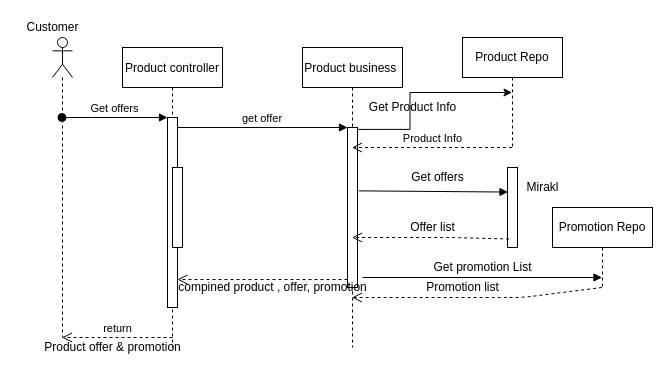
Earlier version of the draw.io diagram page "Page-1" (1 of 3) of Untitled Diagram.drawio (senthilkumar11/docsiruseri). Source tidied: cells renumbered, new cells numbered last; positions are measured from the earlier drawing's top-left corner, leaving out a move shared by most shapes. Both pictures are drawn from the tidied source at 100%, with x=0, y=0 at pixel (17, 17).
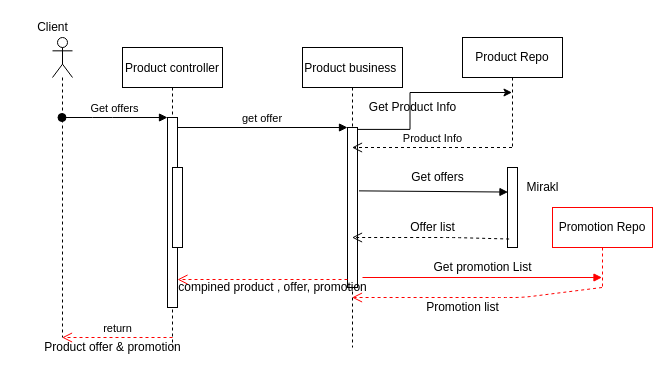
The same page after the edit.

The change refers to these unchanged cells:
```xml
<mxCell id="3" style="points=[];perimeter=orthogonalPerimeter;rounded=0;shadow=0;strokeWidth=1;" parent="2" vertex="1">
  <mxGeometry x="45" y="70" width="10" height="190" as="geometry" />
</mxCell>
<mxCell id="5" value="Product business " style="shape=umlLifeline;perimeter=lifelinePerimeter;rounded=0;shadow=0;strokeWidth=1;" parent="1" vertex="1">
  <mxGeometry x="285" y="30" width="100" height="300" as="geometry" />
</mxCell>
<mxCell id="6" style="points=[];perimeter=orthogonalPerimeter;rounded=0;shadow=0;strokeWidth=1;" parent="5" vertex="1">
  <mxGeometry x="45" y="80" width="10" height="160" as="geometry" />
</mxCell>
<mxCell id="9" style="shape=umlLifeline;participant=umlActor;perimeter=lifelinePerimeter;whiteSpace=wrap;html=1;verticalAlign=top;spacingTop=36;outlineConnect=0;" parent="1" vertex="1">
  <mxGeometry x="35" y="20" width="20" height="300" as="geometry" />
</mxCell>
```

Change to the diagram source:
```diff
@@
-    <mxCell id="7" value="return" style="verticalAlign=bottom;endArrow=open;dashed=1;endSize=8;exitX=0;exitY=0.95;shadow=0;strokeWidth=1;noLabel=1;fontColor=none;" parent="1" edge="1" source="6" target="3">
+    <mxCell id="7" value="return" style="verticalAlign=bottom;endArrow=open;dashed=1;endSize=8;exitX=0;exitY=0.95;shadow=0;strokeWidth=1;noLabel=1;fontColor=none;strokeColor=#FF0000;" parent="1" edge="1" source="6" target="3">
       <mxGeometry relative="1" as="geometry" />
     </mxCell>
@@
-    <mxCell id="10" value="Customer" style="text;html=1;align=center;verticalAlign=middle;strokeColor=none;" parent="1" vertex="1">
-      <mxGeometry width="70" height="20" as="geometry" />
+    <mxCell id="10" value="Client" style="text;html=1;align=center;verticalAlign=middle;strokeColor=none;" parent="1" vertex="1">
+      <mxGeometry x="10" width="50" height="20" as="geometry" />
     </mxCell>
@@
-    <mxCell id="13" value="Promotion Repo" style="shape=umlLifeline;perimeter=lifelinePerimeter;whiteSpace=wrap;html=1;outlineConnect=0;" parent="1" vertex="1">
+    <mxCell id="13" value="Promotion Repo" style="shape=umlLifeline;perimeter=lifelinePerimeter;whiteSpace=wrap;html=1;outlineConnect=0;strokeColor=#FF0000;" parent="1" vertex="1">
       <mxGeometry x="535" y="190" width="100" height="80" as="geometry" />
     </mxCell>
@@
-    <mxCell id="21" value="dispatch" style="html=1;verticalAlign=bottom;endArrow=block;labelBackgroundColor=none;noLabel=1;fontColor=none;" parent="1" edge="1" target="13">
+    <mxCell id="21" value="dispatch" style="html=1;verticalAlign=bottom;endArrow=block;labelBackgroundColor=none;noLabel=1;fontColor=none;strokeColor=#FF0000;" parent="1" edge="1" target="13">
       <mxGeometry relative="1" as="geometry">
         <mxPoint x="345" y="260" as="sourcePoint" />
       </mxGeometry>
     </mxCell>
-    <mxCell id="22" value="return" style="html=1;verticalAlign=bottom;endArrow=open;dashed=1;endSize=8;labelBackgroundColor=none;noLabel=1;fontColor=none;" parent="1" edge="1" source="13" target="5">
+    <mxCell id="22" value="return" style="html=1;verticalAlign=bottom;endArrow=open;dashed=1;endSize=8;labelBackgroundColor=none;noLabel=1;fontColor=none;strokeColor=#FF0000;" parent="1" edge="1" source="13" target="5">
       <mxGeometry x="0.11" relative="1" as="geometry">
         <Array as="points">
           <mxPoint x="505.3" y="280" />
           <mxPoint x="485.3" y="280" />
         </Array>
       </mxGeometry>
     </mxCell>
@@
-    <mxCell id="24" value="Promotion list" style="text;html=1;align=center;verticalAlign=middle;strokeColor=none;fontColor=none;" parent="1" vertex="1">
-      <mxGeometry x="400" y="260" width="90" height="20" as="geometry" />
+    <mxCell id="24" value="Promotion list" style="text;html=1;align=center;verticalAlign=middle;" parent="1" vertex="1">
+      <mxGeometry x="400" y="280" width="90" height="20" as="geometry" />
     </mxCell>
-    <mxCell id="25" value="compined product , offer, promotion" style="text;html=1;align=center;verticalAlign=middle;strokeColor=none;fontColor=none;" parent="1" vertex="1">
+    <mxCell id="25" value="compined product , offer, promotion" style="text;html=1;align=center;verticalAlign=middle;" parent="1" vertex="1">
       <mxGeometry x="155" y="260" width="200" height="20" as="geometry" />
     </mxCell>
-    <mxCell id="26" value="return" style="html=1;verticalAlign=bottom;endArrow=open;dashed=1;endSize=8;labelBackgroundColor=none;fontColor=none;" parent="1" edge="1" target="9">
+    <mxCell id="26" value="return" style="html=1;verticalAlign=bottom;endArrow=open;dashed=1;endSize=8;labelBackgroundColor=none;fontColor=none;strokeColor=#FF0000;" parent="1" edge="1" target="9">
       <mxGeometry relative="1" as="geometry">
         <mxPoint x="155" y="320" as="sourcePoint" />
       </mxGeometry>
     </mxCell>
```
